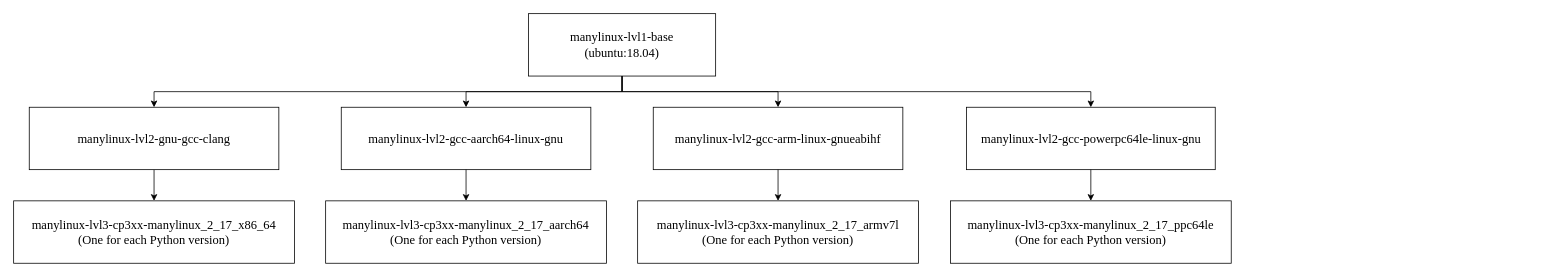
Before: page "manylinux" (1 of 3) of images/Docker_layer_graph.drawio in andreslilloortiz/pookie, a draw.io diagram. Source tidied: cells renumbered, new cells numbered last; positions are measured from the earlier drawing's top-left corner, leaving out a move shared by most shapes. Both pictures are drawn from the tidied source at 78%, with x=0, y=0 at pixel (13, 13).
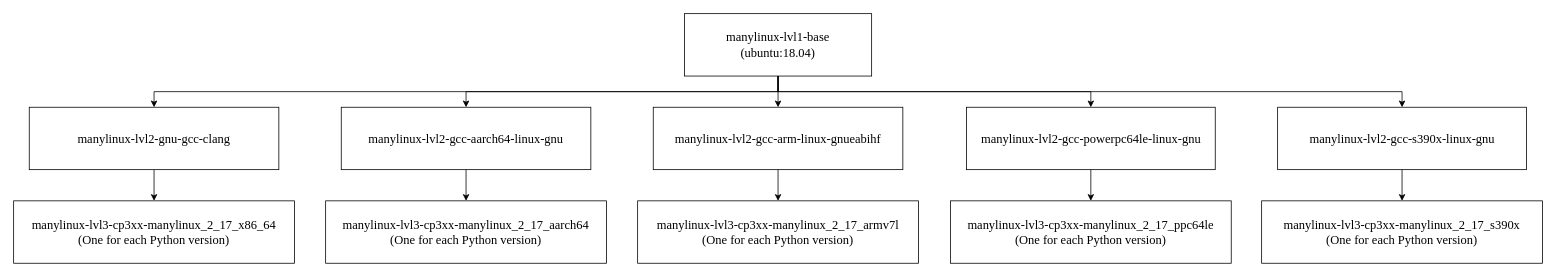
The same diagram, later.

What changed in the source:
```diff
@@
     <mxCell id="3" value="&lt;font&gt;manylinux-lvl1-base&lt;/font&gt;&lt;div&gt;&lt;font&gt;(ubuntu:18.04)&lt;/font&gt;&lt;/div&gt;" style="rounded=0;whiteSpace=wrap;html=1;fontSize=16;gradientColor=none;fillColor=default;strokeColor=default;fontFamily=Times New Roman;" parent="1" vertex="1">
-      <mxGeometry x="660" width="240" height="80" as="geometry" />
+      <mxGeometry x="860" width="240" height="80" as="geometry" />
     </mxCell>
@@
+    <mxCell id="19" value="&lt;font&gt;manylinux-lvl2-gcc-s390x-linux-gnu&lt;/font&gt;" style="rounded=0;whiteSpace=wrap;html=1;strokeColor=default;fontSize=16;fontColor=default;fontFamily=Times New Roman;" parent="1" vertex="1">
+      <mxGeometry x="1620.5" y="120" width="319" height="80" as="geometry" />
+    </mxCell>
+    <mxCell id="20" value="&lt;font&gt;manylinux-&lt;span style=&quot;&quot;&gt;lvl3&lt;/span&gt;-&lt;span style=&quot;&quot;&gt;cp3xx-manylinux_2_17&lt;/span&gt;&lt;/font&gt;_s390x&lt;div&gt;&lt;font&gt;(One for each Python version)&lt;/font&gt;&lt;/div&gt;" style="rounded=0;whiteSpace=wrap;html=1;strokeColor=default;fontSize=16;fontColor=default;fontFamily=Times New Roman;" parent="1" vertex="1">
+      <mxGeometry x="1600" y="240" width="360" height="80" as="geometry" />
+    </mxCell>
+    <mxCell id="21" style="edgeStyle=orthogonalEdgeStyle;rounded=0;jettySize=auto;html=1;exitX=0.5;exitY=1;exitDx=0;exitDy=0;entryX=0.5;entryY=0;entryDx=0;entryDy=0;fontSize=16;fontColor=default;fontFamily=Times New Roman;" parent="1" edge="1" source="19" target="20">
+      <mxGeometry relative="1" as="geometry" />
+    </mxCell>
+    <mxCell id="22" style="edgeStyle=orthogonalEdgeStyle;rounded=0;jettySize=auto;html=1;exitX=0.5;exitY=1;exitDx=0;exitDy=0;entryX=0.5;entryY=0;entryDx=0;entryDy=0;fontSize=16;fontColor=default;fontFamily=Times New Roman;" parent="1" edge="1" source="3" target="19">
+      <mxGeometry relative="1" as="geometry" />
+    </mxCell>
```
